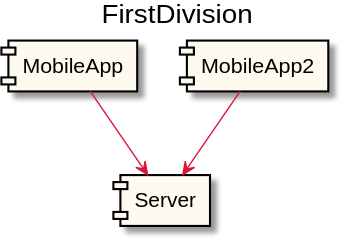
This is docs/integration.svg from anz-bank/sysl-catalog, a PlantUML export, as it was before one commit.
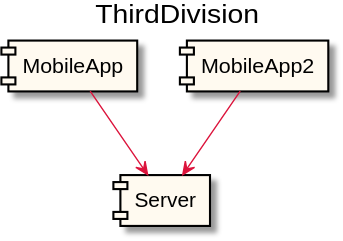
Above is the later version.

What changed in the source:
```diff
@@ -1,7 +1,7 @@
 @startuml
 
 
-title FirstDivision
+title ThirdDivision
 hide stereotype
 scale max 16384 height
 skinparam component {
@@ -9,9 +9,9 @@
   BorderColor Black
   ArrowColor Crimson
 }
-[MobileApp] as _0 <<highlight>>
-[Server] as _1
+[MobileApp] as _0
+[Server] as _1 <<highlight>>
 _0 --> _1
-[MobileApp2] as _2 <<highlight>>
+[MobileApp2] as _2
 _2 --> _1
 @enduml
```
